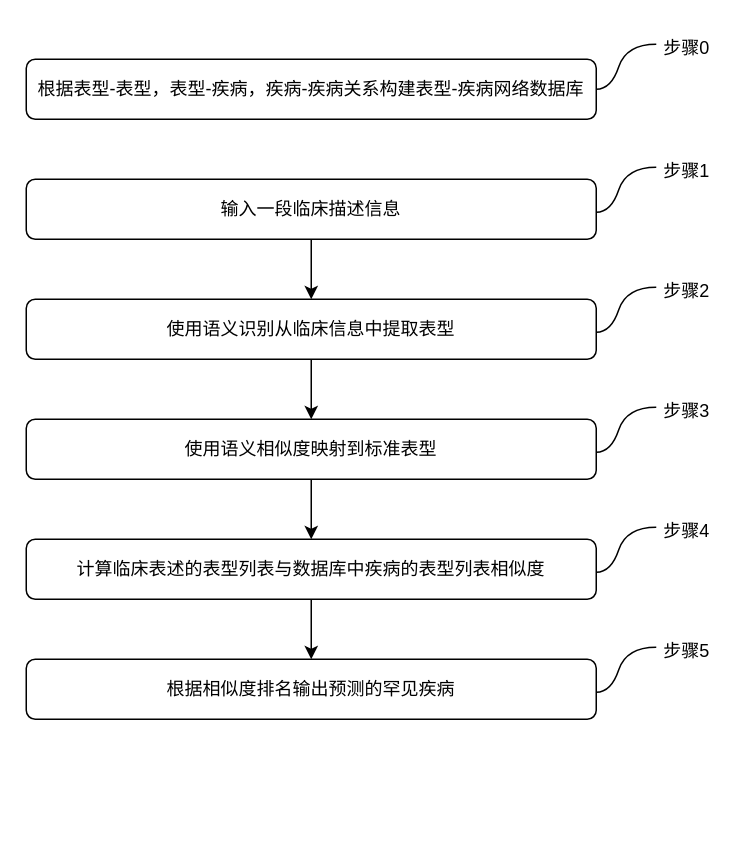
Above: 未命名绘图.drawio in 1374219958/peopleface (draw.io), before the change. Source tidied: cells renumbered, new cells numbered last; positions are measured from the earlier drawing's top-left corner, leaving out a move shared by most shapes. Both pictures are drawn from the tidied source at 150%, with x=0, y=0 at pixel (26, 26).
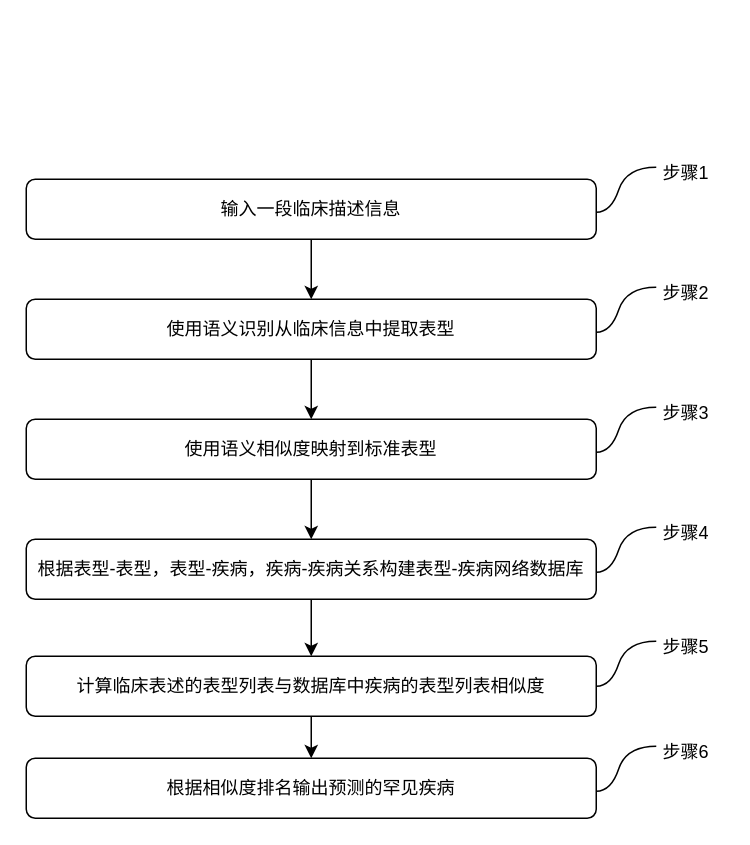
After the change.

Commit message:
更新未命名绘图.drawio

Change to the diagram source:
```diff
@@
-    <mxCell id="2" style="edgeStyle=orthogonalEdgeStyle;rounded=0;jettySize=auto;html=1;" parent="1" edge="1" source="3" target="5">
+    <mxCell id="2" style="edgeStyle=orthogonalEdgeStyle;rounded=0;jettySize=auto;" parent="1" edge="1" source="3" target="5">
       <mxGeometry relative="1" as="geometry" />
     </mxCell>
-    <mxCell id="3" value="输入一段临床描述信息" style="rounded=1;whiteSpace=wrap;html=1;fontSize=12;glass=0;strokeWidth=1;shadow=0;" parent="1" vertex="1">
+    <mxCell id="3" value="输入一段临床描述信息" style="rounded=1;whiteSpace=wrap;fontSize=12;glass=0;strokeWidth=1;shadow=0;" parent="1" vertex="1">
       <mxGeometry y="102" width="380" height="40" as="geometry" />
     </mxCell>
-    <mxCell id="4" style="edgeStyle=orthogonalEdgeStyle;rounded=0;jettySize=auto;html=1;" parent="1" edge="1" source="5" target="7">
+    <mxCell id="4" style="edgeStyle=orthogonalEdgeStyle;rounded=0;jettySize=auto;" parent="1" edge="1" source="5" target="7">
       <mxGeometry relative="1" as="geometry" />
     </mxCell>
-    <mxCell id="5" value="使用语义识别从临床信息中提取表型" style="rounded=1;whiteSpace=wrap;html=1;fontSize=12;glass=0;strokeWidth=1;shadow=0;" parent="1" vertex="1">
+    <mxCell id="5" value="使用语义识别从临床信息中提取表型" style="rounded=1;whiteSpace=wrap;fontSize=12;glass=0;strokeWidth=1;shadow=0;" parent="1" vertex="1">
       <mxGeometry y="182" width="380" height="40" as="geometry" />
     </mxCell>
-    <mxCell id="6" style="edgeStyle=orthogonalEdgeStyle;rounded=0;jettySize=auto;html=1;" parent="1" edge="1" source="7" target="9">
+    <mxCell id="6" style="edgeStyle=orthogonalEdgeStyle;rounded=0;jettySize=auto;" parent="1" edge="1" source="7" target="9">
       <mxGeometry relative="1" as="geometry" />
     </mxCell>
-    <mxCell id="7" value="使用语义相似度映射到标准表型" style="rounded=1;whiteSpace=wrap;html=1;fontSize=12;glass=0;strokeWidth=1;shadow=0;" parent="1" vertex="1">
+    <mxCell id="7" value="使用语义相似度映射到标准表型" style="rounded=1;whiteSpace=wrap;fontSize=12;glass=0;strokeWidth=1;shadow=0;" parent="1" vertex="1">
       <mxGeometry y="262" width="380" height="40" as="geometry" />
     </mxCell>
-    <mxCell id="8" style="edgeStyle=orthogonalEdgeStyle;rounded=0;jettySize=auto;html=1;" parent="1" edge="1" source="9" target="21">
+    <mxCell id="8" style="edgeStyle=orthogonalEdgeStyle;rounded=0;jettySize=auto;entryX=0.5;entryY=0;entryDx=0;entryDy=0;" parent="1" edge="1" source="9" target="10">
       <mxGeometry relative="1" as="geometry" />
     </mxCell>
-    <mxCell id="9" value="计算临床表述的表型列表与数据库中疾病的表型列表相似度" style="rounded=1;whiteSpace=wrap;html=1;fontSize=12;glass=0;strokeWidth=1;shadow=0;" parent="1" vertex="1">
+    <mxCell id="9" value="根据表型-表型，表型-疾病，疾病-疾病关系构建表型-疾病网络数据库" style="rounded=1;whiteSpace=wrap;fontSize=12;glass=0;strokeWidth=1;shadow=0;" parent="1" vertex="1">
       <mxGeometry y="342" width="380" height="40" as="geometry" />
     </mxCell>
+    <mxCell id="24" style="edgeStyle=orthogonalEdgeStyle;rounded=0;jettySize=auto;" parent="1" edge="1" source="10" target="21">
+      <mxGeometry relative="1" as="geometry" />
+    </mxCell>
-    <mxCell id="10" value="根据表型-表型，表型-疾病，疾病-疾病关系构建表型-疾病网络数据库" style="rounded=1;whiteSpace=wrap;html=1;fontSize=12;glass=0;strokeWidth=1;shadow=0;" parent="1" vertex="1">
-      <mxGeometry y="22" width="380" height="40" as="geometry" />
+    <mxCell id="10" value="计算临床表述的表型列表与数据库中疾病的表型列表相似度" style="rounded=1;whiteSpace=wrap;fontSize=12;glass=0;strokeWidth=1;shadow=0;" parent="1" vertex="1">
+      <mxGeometry y="420" width="380" height="40" as="geometry" />
     </mxCell>
-    <mxCell id="11" style="endArrow=none;html=1;curved=1;" parent="1" edge="1">
+    <mxCell id="11" style="endArrow=none;curved=1;" parent="1" edge="1">
       <mxGeometry relative="1" as="geometry">
-        <mxPoint x="380" y="42" as="sourcePoint" />
-        <mxPoint x="420" y="12" as="targetPoint" />
+        <mxPoint x="380" y="440" as="sourcePoint" />
+        <mxPoint x="420" y="410" as="targetPoint" />
         <Array as="points">
-          <mxPoint x="390" y="42" />
-          <mxPoint x="400" y="12" />
+          <mxPoint x="390" y="440" />
+          <mxPoint x="400" y="410" />
         </Array>
       </mxGeometry>
     </mxCell>
-    <mxCell id="12" value="步骤0" style="text;html=1;align=center;verticalAlign=middle;strokeColor=none;fillColor=none;" parent="1" vertex="1">
-      <mxGeometry x="415" width="50" height="30" as="geometry" />
+    <mxCell id="12" value="步骤5" style="text;align=center;verticalAlign=middle;strokeColor=none;fillColor=none;" parent="1" vertex="1">
+      <mxGeometry x="415" y="398" width="50" height="30" as="geometry" />
     </mxCell>
-    <mxCell id="13" style="endArrow=none;html=1;curved=1;" parent="1" edge="1">
+    <mxCell id="13" style="endArrow=none;curved=1;" parent="1" edge="1">
       <mxGeometry relative="1" as="geometry">
         <mxPoint x="380" y="124" as="sourcePoint" />
         <mxPoint x="420" y="94" as="targetPoint" />
         <Array as="points">
           <mxPoint x="390" y="124" />
           <mxPoint x="400" y="94" />
         </Array>
       </mxGeometry>
     </mxCell>
-    <mxCell id="14" value="步骤1" style="text;html=1;align=center;verticalAlign=middle;strokeColor=none;fillColor=none;" parent="1" vertex="1">
+    <mxCell id="14" value="步骤1" style="text;align=center;verticalAlign=middle;strokeColor=none;fillColor=none;" parent="1" vertex="1">
       <mxGeometry x="415" y="82" width="50" height="30" as="geometry" />
     </mxCell>
-    <mxCell id="15" style="endArrow=none;html=1;curved=1;" parent="1" edge="1">
+    <mxCell id="15" style="endArrow=none;curved=1;" parent="1" edge="1">
       <mxGeometry relative="1" as="geometry">
         <mxPoint x="380" y="204" as="sourcePoint" />
         <mxPoint x="420" y="174" as="targetPoint" />
         <Array as="points">
           <mxPoint x="390" y="204" />
           <mxPoint x="400" y="174" />
         </Array>
       </mxGeometry>
     </mxCell>
-    <mxCell id="16" value="步骤2" style="text;html=1;align=center;verticalAlign=middle;strokeColor=none;fillColor=none;" parent="1" vertex="1">
+    <mxCell id="16" value="步骤2" style="text;align=center;verticalAlign=middle;strokeColor=none;fillColor=none;" parent="1" vertex="1">
       <mxGeometry x="415" y="162" width="50" height="30" as="geometry" />
     </mxCell>
-    <mxCell id="17" style="endArrow=none;html=1;curved=1;" parent="1" edge="1">
+    <mxCell id="17" style="endArrow=none;curved=1;" parent="1" edge="1">
       <mxGeometry relative="1" as="geometry">
         <mxPoint x="380" y="284" as="sourcePoint" />
         <mxPoint x="420" y="254" as="targetPoint" />
         <Array as="points">
           <mxPoint x="390" y="284" />
           <mxPoint x="400" y="254" />
         </Array>
       </mxGeometry>
     </mxCell>
-    <mxCell id="18" value="步骤3" style="text;html=1;align=center;verticalAlign=middle;strokeColor=none;fillColor=none;" parent="1" vertex="1">
+    <mxCell id="18" value="步骤3" style="text;align=center;verticalAlign=middle;strokeColor=none;fillColor=none;" parent="1" vertex="1">
       <mxGeometry x="415" y="242" width="50" height="30" as="geometry" />
     </mxCell>
-    <mxCell id="19" style="endArrow=none;html=1;curved=1;" parent="1" edge="1">
+    <mxCell id="19" style="endArrow=none;curved=1;" parent="1" edge="1">
       <mxGeometry relative="1" as="geometry">
         <mxPoint x="380" y="364" as="sourcePoint" />
         <mxPoint x="420" y="334" as="targetPoint" />
         <Array as="points">
           <mxPoint x="390" y="364" />
           <mxPoint x="400" y="334" />
         </Array>
       </mxGeometry>
     </mxCell>
-    <mxCell id="20" value="步骤4" style="text;html=1;align=center;verticalAlign=middle;strokeColor=none;fillColor=none;" parent="1" vertex="1">
+    <mxCell id="20" value="步骤4" style="text;align=center;verticalAlign=middle;strokeColor=none;fillColor=none;" parent="1" vertex="1">
       <mxGeometry x="415" y="322" width="50" height="30" as="geometry" />
     </mxCell>
-    <mxCell id="21" value="根据相似度排名输出预测的罕见疾病" style="rounded=1;whiteSpace=wrap;html=1;fontSize=12;glass=0;strokeWidth=1;shadow=0;" parent="1" vertex="1">
-      <mxGeometry y="422" width="380" height="40" as="geometry" />
+    <mxCell id="21" value="根据相似度排名输出预测的罕见疾病" style="rounded=1;whiteSpace=wrap;fontSize=12;glass=0;strokeWidth=1;shadow=0;" parent="1" vertex="1">
+      <mxGeometry y="488" width="380" height="40" as="geometry" />
     </mxCell>
-    <mxCell id="22" style="endArrow=none;html=1;curved=1;" parent="1" edge="1">
+    <mxCell id="22" style="endArrow=none;curved=1;" parent="1" edge="1">
       <mxGeometry relative="1" as="geometry">
-        <mxPoint x="380" y="444" as="sourcePoint" />
-        <mxPoint x="420" y="414" as="targetPoint" />
+        <mxPoint x="380" y="510" as="sourcePoint" />
+        <mxPoint x="420" y="480" as="targetPoint" />
         <Array as="points">
-          <mxPoint x="390" y="444" />
-          <mxPoint x="400" y="414" />
+          <mxPoint x="390" y="510" />
+          <mxPoint x="400" y="480" />
         </Array>
       </mxGeometry>
     </mxCell>
-    <mxCell id="23" value="步骤5" style="text;html=1;align=center;verticalAlign=middle;strokeColor=none;fillColor=none;" parent="1" vertex="1">
-      <mxGeometry x="415" y="402" width="50" height="30" as="geometry" />
+    <mxCell id="23" value="步骤6" style="text;align=center;verticalAlign=middle;strokeColor=none;fillColor=none;" parent="1" vertex="1">
+      <mxGeometry x="415" y="468" width="50" height="30" as="geometry" />
     </mxCell>
```
